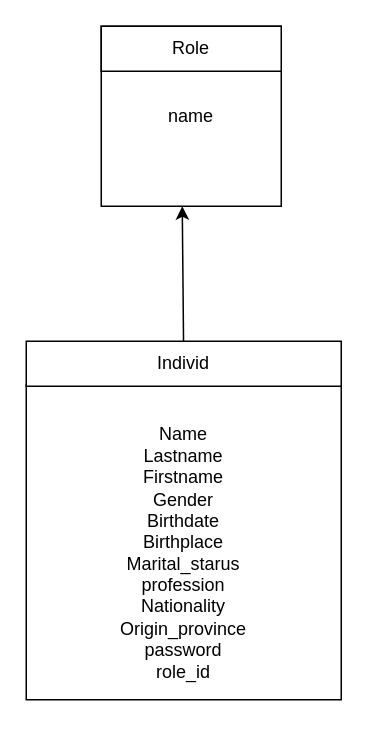
The draw.io diagram database_schema.drawio in jordanmosongo/kinidentity-nest-api, before the edit. Source tidied: cells renumbered, new cells numbered last; positions are measured from the earlier drawing's top-left corner, leaving out a move shared by most shapes. Both pictures are drawn from the tidied source at 150%, with x=0, y=0 at pixel (26, 26).
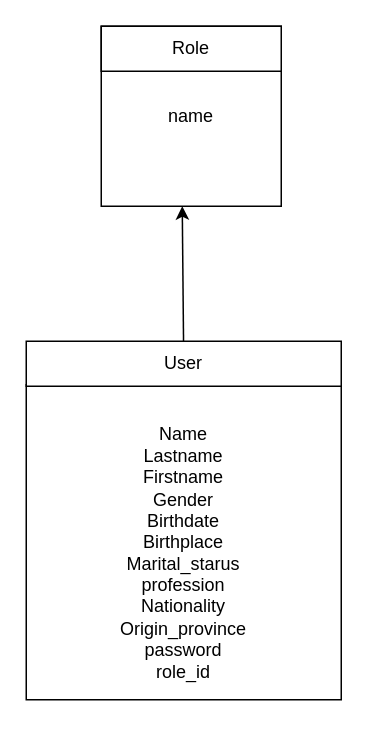
The same page after the edit.

Commit message (it also covers changes not shown here):
feat: add database configuration

What changed in the source:
```diff
@@
 <mxGraphModel>
   <root>
     <mxCell id="0" />
     <mxCell id="1" parent="0" />
     <mxCell id="2" value="&lt;br&gt;&lt;br&gt;&lt;br&gt;Name&lt;br&gt;Lastname&lt;br&gt;Firstname&lt;br&gt;Gender&lt;br&gt;Birthdate&lt;br&gt;Birthplace&lt;br&gt;Marital_starus&lt;br&gt;profession&lt;br&gt;Nationality&lt;br&gt;Origin_province&lt;br&gt;password&lt;br&gt;role_id&lt;br&gt;&lt;br&gt;&lt;br&gt;" style="whiteSpace=wrap;html=1;" parent="1" vertex="1">
       <mxGeometry y="239" width="210" height="210" as="geometry" />
     </mxCell>
     <mxCell id="3" style="edgeStyle=none;html=1;entryX=0.45;entryY=1;entryDx=0;entryDy=0;entryPerimeter=0;" parent="1" edge="1" source="4" target="6">
       <mxGeometry relative="1" as="geometry" />
     </mxCell>
-    <mxCell id="4" value="Individ" style="rounded=0;whiteSpace=wrap;html=1;" parent="1" vertex="1">
+    <mxCell id="4" value="User" style="rounded=0;whiteSpace=wrap;html=1;" parent="1" vertex="1">
       <mxGeometry y="210" width="210" height="30" as="geometry" />
     </mxCell>
     <mxCell id="5" style="group;" parent="1" vertex="1">
       <mxGeometry x="50" width="120" height="150" as="geometry" />
     </mxCell>
     <mxCell id="6" value="name" style="whiteSpace=wrap;html=1;" parent="5" vertex="1">
       <mxGeometry width="120" height="120" as="geometry" />
     </mxCell>
     <mxCell id="7" value="Role" style="rounded=0;whiteSpace=wrap;html=1;" parent="5" vertex="1">
       <mxGeometry width="120" height="30" as="geometry" />
     </mxCell>
   </root>
 </mxGraphModel>
```
